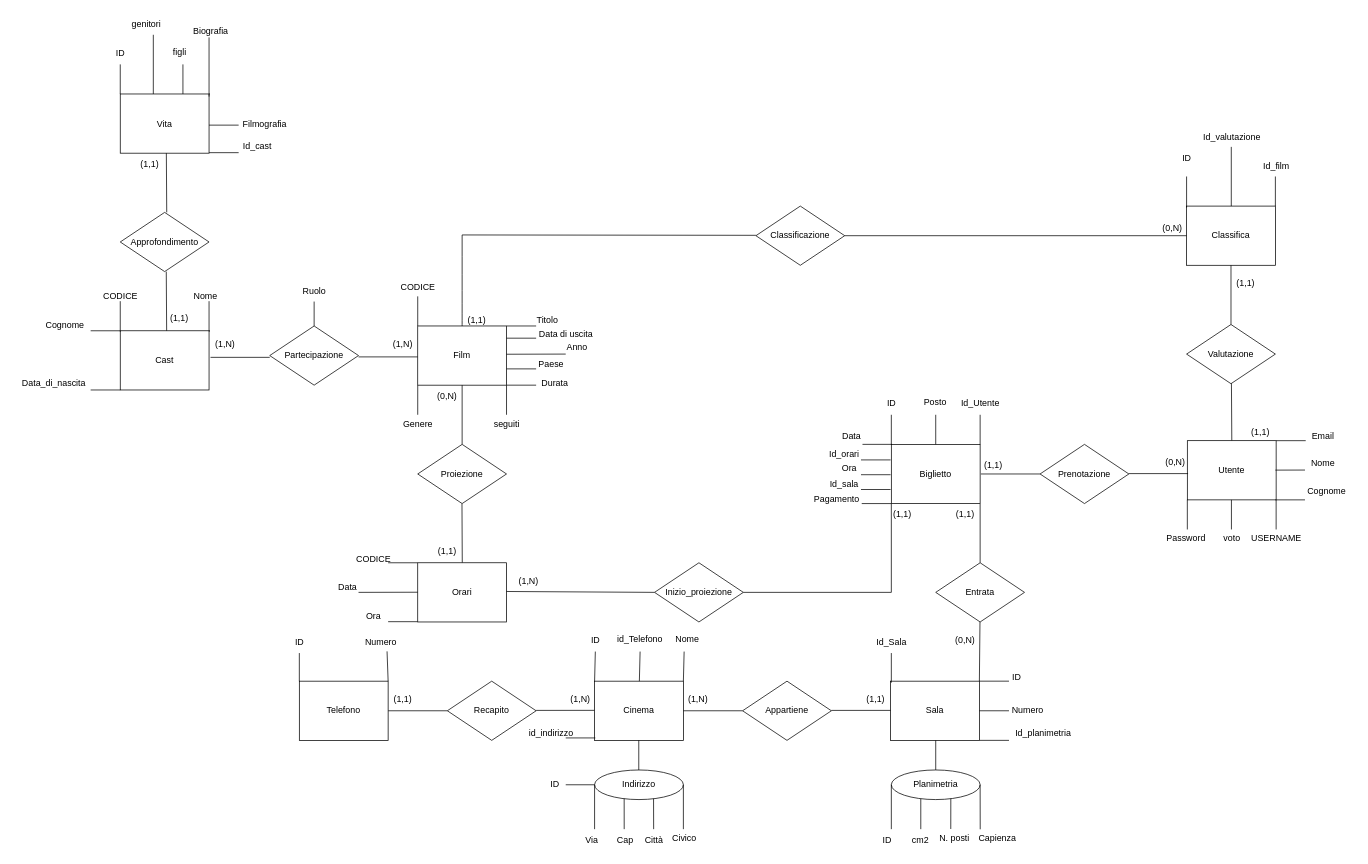
Before: Diagramma.drawio in FRANCO8724/10---Realizzazione-di-una-web-application, a draw.io diagram. Source tidied: cells renumbered, new cells numbered last; positions are measured from the earlier drawing's top-left corner, leaving out a move shared by most shapes. Both pictures are drawn from the tidied source at 74%, with x=0, y=0 at pixel (13, 12).
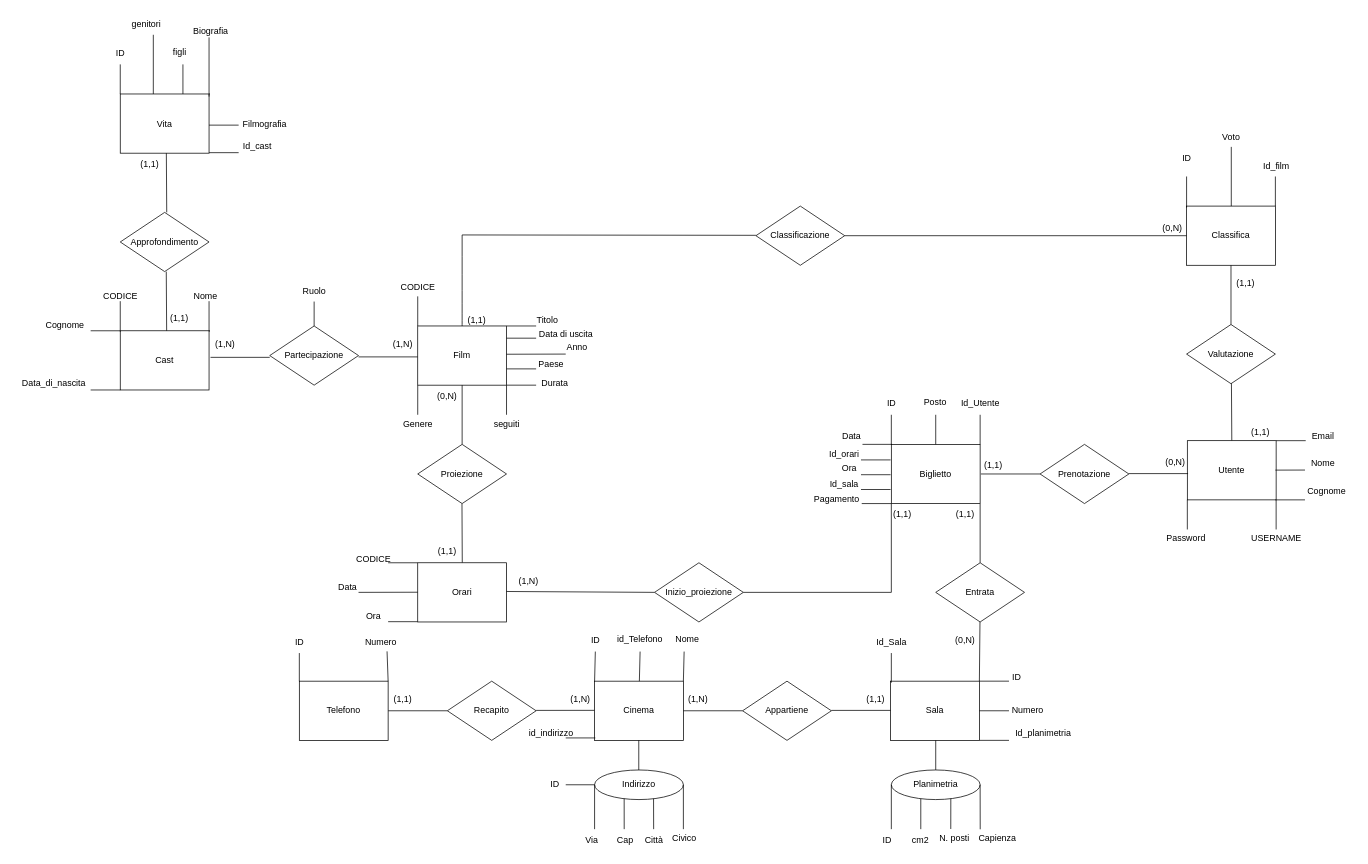
Above is the later version.

What changed in the source:
```diff
@@
-    <mxCell id="179" style="endArrow=none;html=1;rounded=0;exitX=1;exitY=0;exitDx=0;exitDy=0;" parent="1" edge="1">
-      <mxGeometry relative="1" as="geometry">
-        <mxPoint x="1646.6" y="699" as="sourcePoint" />
-        <mxPoint x="1646.6" y="659" as="targetPoint" />
-      </mxGeometry>
-    </mxCell>
-    <mxCell id="180" value="&lt;font style=&quot;font-size: 12px;&quot;&gt;voto&lt;/font&gt;" style="text;html=1;align=center;verticalAlign=middle;strokeColor=none;fillColor=none;fontSize=16;" parent="1" vertex="1">
-      <mxGeometry x="1626.5" y="693" width="41" height="31" as="geometry" />
+    <mxCell id="180" value="&lt;font style=&quot;font-size: 12px;&quot;&gt;Voto&lt;/font&gt;" style="text;html=1;align=center;verticalAlign=middle;strokeColor=none;fillColor=none;fontSize=16;" parent="1" vertex="1">
+      <mxGeometry x="1625" y="151" width="42" height="31" as="geometry" />
     </mxCell>
-    <mxCell id="181" value="&lt;font style=&quot;font-size: 12px;&quot;&gt;Id_valutazione&lt;/font&gt;" style="text;html=1;align=center;verticalAlign=middle;strokeColor=none;fillColor=none;fontSize=16;" parent="1" vertex="1">
-      <mxGeometry x="1599.5" y="151" width="95" height="31" as="geometry" />
-    </mxCell>
```
